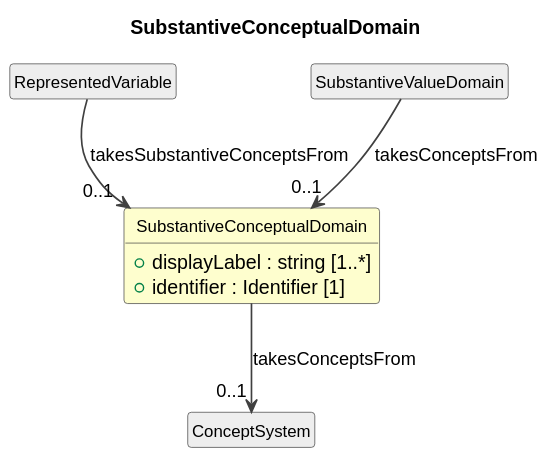
Earlier version of the PlantUML export cdif-uml-model/_plantuml/cdifDataStructure/Classes/SubstantiveConceptualDomain.svg (Cross-Domain-Interoperability-Framework/metadataBuildingBlocks).
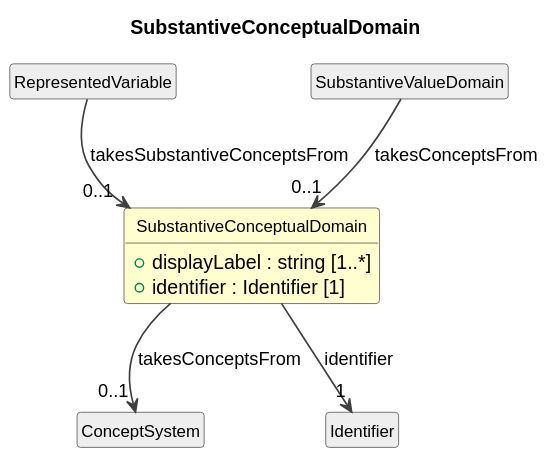
After the change.

Change to the diagram source:
```diff
@@ -20,4 +20,6 @@
 SubstantiveValueDomain --> "0..1" SubstantiveConceptualDomain : takesConceptsFrom
 class "ConceptSystem" as ConceptSystem #EEEEEE
 SubstantiveConceptualDomain --> "0..1" ConceptSystem : takesConceptsFrom
+class "Identifier" as Identifier #EEEEEE
+SubstantiveConceptualDomain --> "1" Identifier : identifier
 @enduml
```
